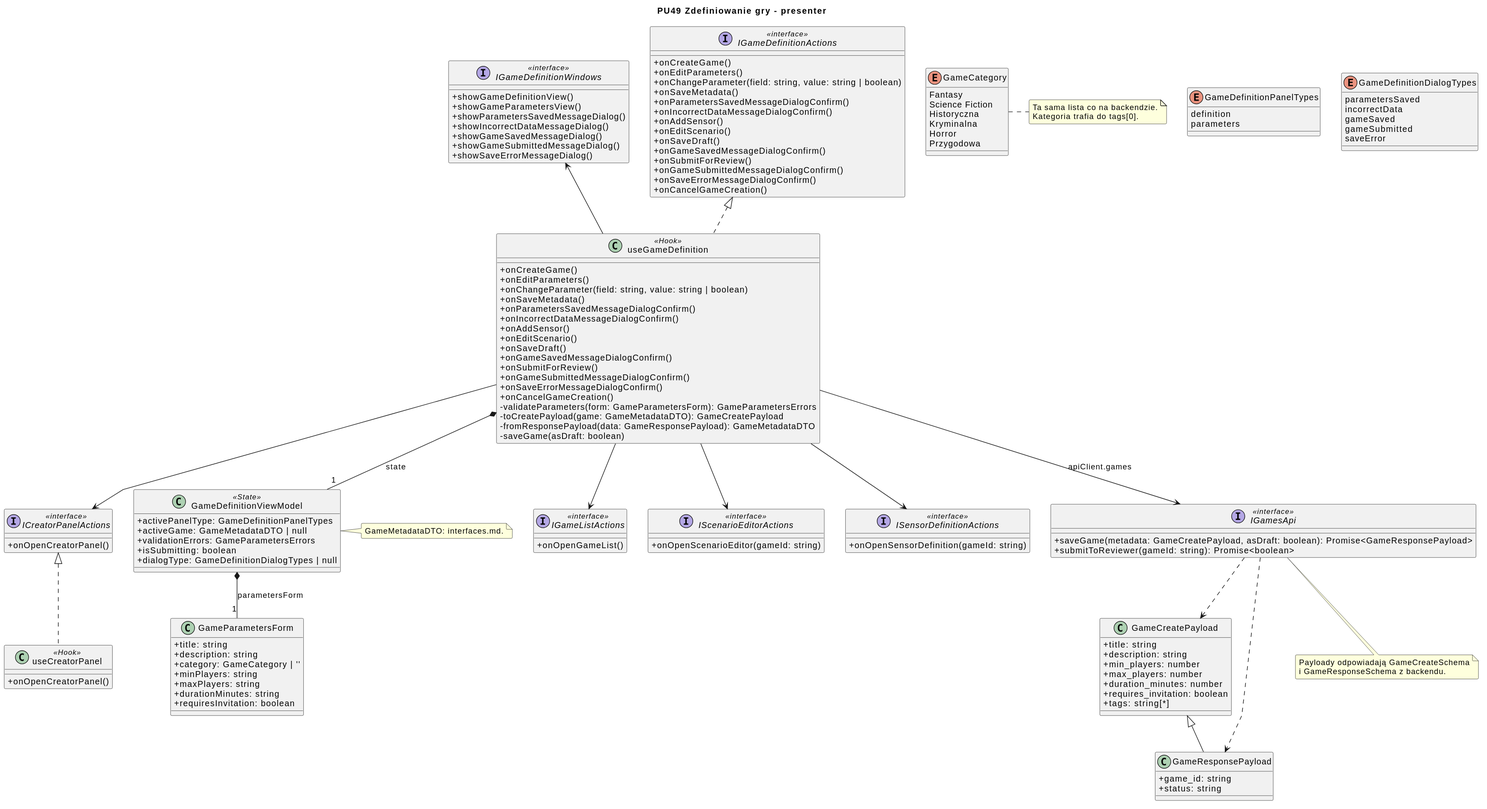
Before: diagrams/frontend/rendered/game-definition-presenter.svg, a diagram exported from PlantUML (Igor-Ochocki/POP-2026Z).
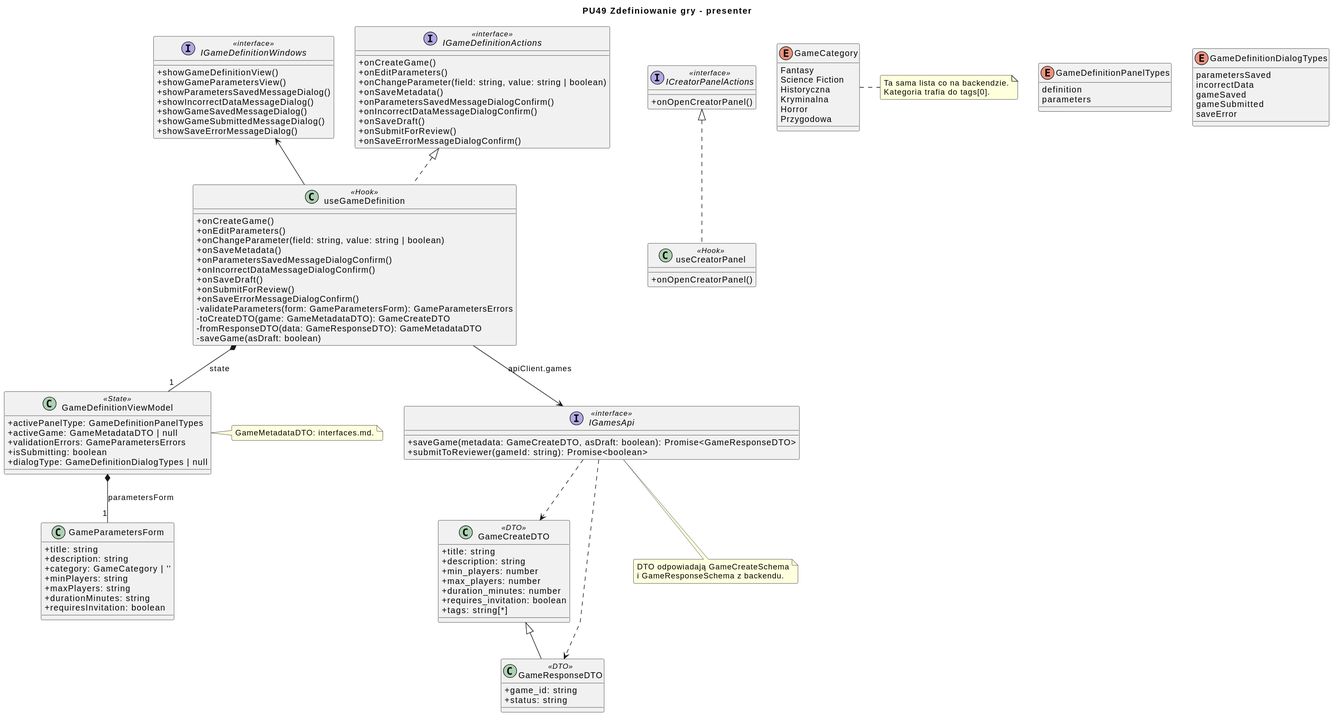
The same diagram one commit later.

Commit message:
PU49/fe: nawigacja View -> Presenter i nazwy DTO na diagramach

Change to the diagram source:
```diff
@@ -14,17 +14,12 @@
     + onSaveMetadata()
     + onParametersSavedMessageDialogConfirm()
     + onIncorrectDataMessageDialogConfirm()
-    + onAddSensor()
-    + onEditScenario()
     + onSaveDraft()
-    + onGameSavedMessageDialogConfirm()
     + onSubmitForReview()
-    + onGameSubmittedMessageDialogConfirm()
     + onSaveErrorMessageDialogConfirm()
-    + onCancelGameCreation()
     - validateParameters(form: GameParametersForm): GameParametersErrors
-    - toCreatePayload(game: GameMetadataDTO): GameCreatePayload
-    - fromResponsePayload(data: GameResponsePayload): GameMetadataDTO
+    - toCreateDTO(game: GameMetadataDTO): GameCreateDTO
+    - fromResponseDTO(data: GameResponseDTO): GameMetadataDTO
     - saveGame(asDraft: boolean)
 }
 
@@ -35,14 +30,9 @@
     + onSaveMetadata()
     + onParametersSavedMessageDialogConfirm()
     + onIncorrectDataMessageDialogConfirm()
-    + onAddSensor()
-    + onEditScenario()
     + onSaveDraft()
-    + onGameSavedMessageDialogConfirm()
     + onSubmitForReview()
-    + onGameSubmittedMessageDialogConfirm()
     + onSaveErrorMessageDialogConfirm()
-    + onCancelGameCreation()
 }
 
 interface IGameDefinitionWindows <<interface>> {
@@ -63,24 +53,12 @@
     + onOpenCreatorPanel()
 }
 
-interface IGameListActions <<interface>> {
-    + onOpenGameList()
-}
-
-interface IScenarioEditorActions <<interface>> {
-    + onOpenScenarioEditor(gameId: string)
-}
-
-interface ISensorDefinitionActions <<interface>> {
-    + onOpenSensorDefinition(gameId: string)
-}
-
 interface IGamesApi <<interface>> {
-    + saveGame(metadata: GameCreatePayload, asDraft: boolean): Promise<GameResponsePayload>
+    + saveGame(metadata: GameCreateDTO, asDraft: boolean): Promise<GameResponseDTO>
     + submitToReviewer(gameId: string): Promise<boolean>
 }
 
-class GameCreatePayload {
+class GameCreateDTO <<DTO>> {
     + title: string
     + description: string
     + min_players: number
@@ -90,7 +68,7 @@
     + tags: string[*]
 }
 
-class GameResponsePayload {
+class GameResponseDTO <<DTO>> {
     + game_id: string
     + status: string
 }
@@ -138,17 +116,13 @@
 useGameDefinition .u.|> IGameDefinitionActions
 useGameDefinition -u-> IGameDefinitionWindows
 useCreatorPanel .u.|> ICreatorPanelActions
-useGameDefinition --> ICreatorPanelActions
-useGameDefinition --> IGameListActions
-useGameDefinition --> IScenarioEditorActions
-useGameDefinition --> ISensorDefinitionActions
 useGameDefinition --> IGamesApi : apiClient.games
 useGameDefinition *-- "1" GameDefinitionViewModel : state
 
 GameDefinitionViewModel *-- "1" GameParametersForm : parametersForm
-GameResponsePayload -u-|> GameCreatePayload
-IGamesApi ..> GameCreatePayload
-IGamesApi ..> GameResponsePayload
+GameResponseDTO -u-|> GameCreateDTO
+IGamesApi ..> GameCreateDTO
+IGamesApi ..> GameResponseDTO
 
 note right of GameDefinitionViewModel
     GameMetadataDTO: interfaces.md.
@@ -160,7 +134,7 @@
 end note
 
 note bottom of IGamesApi
-    Payloady odpowiadają GameCreateSchema
+    DTO odpowiadają GameCreateSchema
     i GameResponseSchema z backendu.
 end note
 @enduml
```
